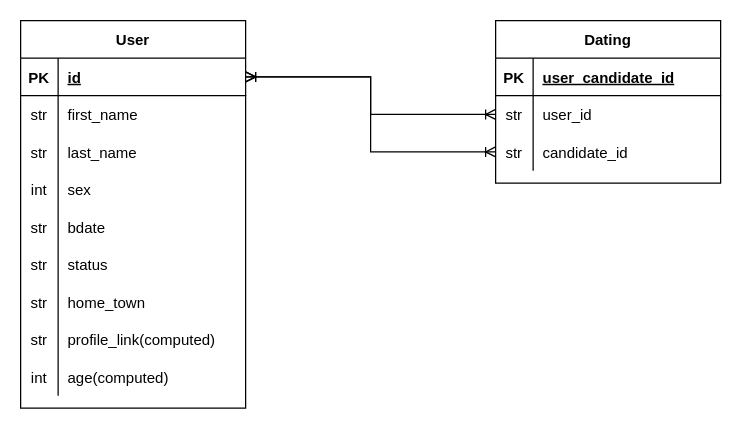
Before: db_scheme.drawio in lawejr/netology_vkinder, a draw.io diagram. Source tidied: cells renumbered, new cells numbered last; positions are measured from the earlier drawing's top-left corner, leaving out a move shared by most shapes. Both pictures are drawn from the tidied source at 125%, with x=0, y=0 at pixel (20, 20).
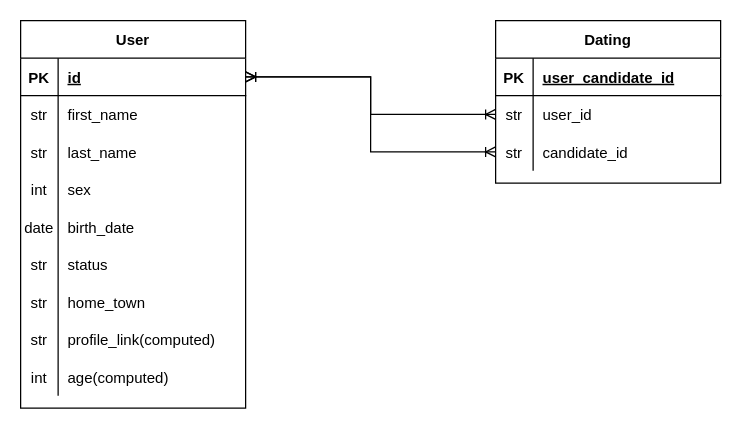
After the change.

Commit message (it also covers changes not shown here):
Добавлено описание модели пользователя

The change refers to these unchanged cells:
```xml
<mxCell id="15" style="shape=partialRectangle;fillColor=none;top=0;left=0;bottom=0;right=0;" parent="2" vertex="1">
  <mxGeometry y="150" width="180" height="30" as="geometry" />
</mxCell>
```

The edit, as a diff of the source:
```diff
@@
-    <mxCell id="16" value="str" style="shape=partialRectangle;fillColor=none;top=0;left=0;bottom=0;right=0;overflow=hidden;" parent="15" vertex="1">
+    <mxCell id="16" value="date" style="shape=partialRectangle;fillColor=none;top=0;left=0;bottom=0;right=0;overflow=hidden;" parent="15" vertex="1">
       <mxGeometry width="30" height="30" as="geometry" />
     </mxCell>
-    <mxCell id="17" value="bdate" style="shape=partialRectangle;fillColor=none;top=0;left=0;bottom=0;right=0;align=left;spacingLeft=6;overflow=hidden;" parent="15" vertex="1">
+    <mxCell id="17" value="birth_date" style="shape=partialRectangle;fillColor=none;top=0;left=0;bottom=0;right=0;align=left;spacingLeft=6;overflow=hidden;" parent="15" vertex="1">
       <mxGeometry x="30" width="150" height="30" as="geometry" />
     </mxCell>
```
